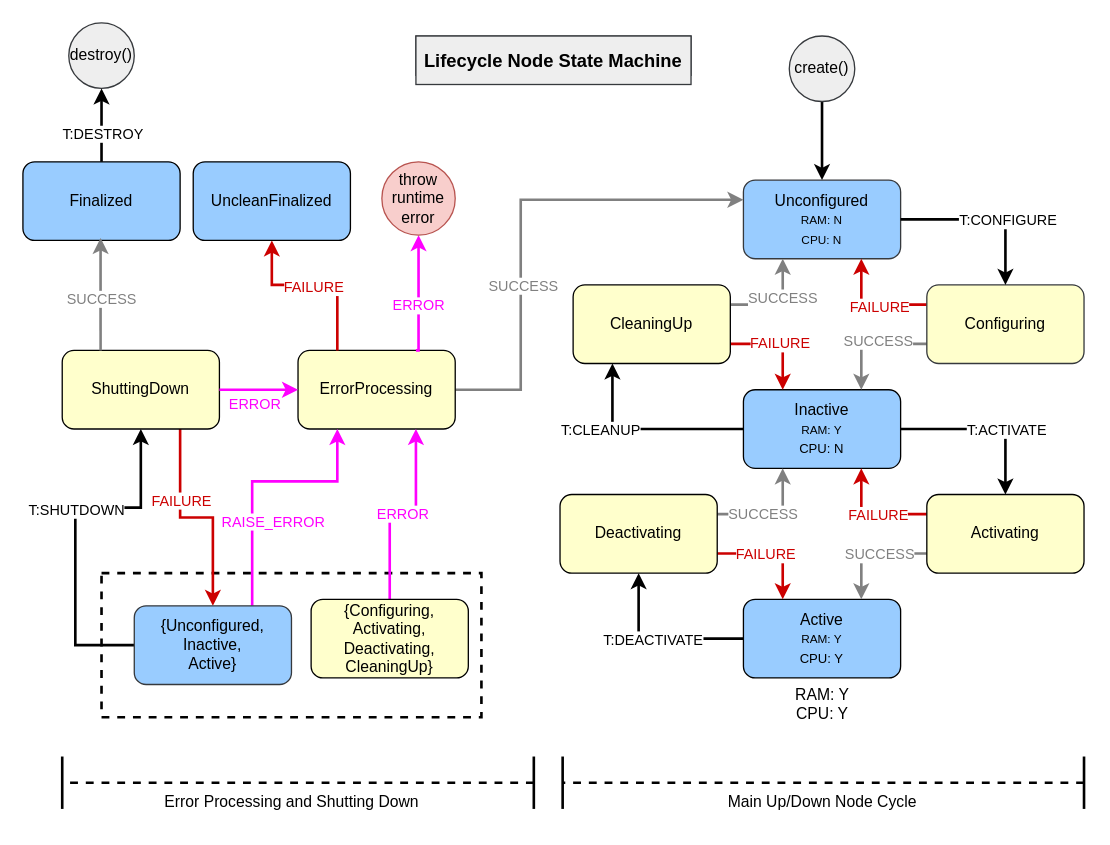
Before: img/node_lifecycle/lifecycle_state_machine.drawio in ros2/design, a draw.io diagram. Source tidied: cells renumbered, new cells numbered last; positions are measured from the earlier drawing's top-left corner, leaving out a move shared by most shapes. Both pictures are drawn from the tidied source at 131%, with x=0, y=0 at pixel (22, 22).
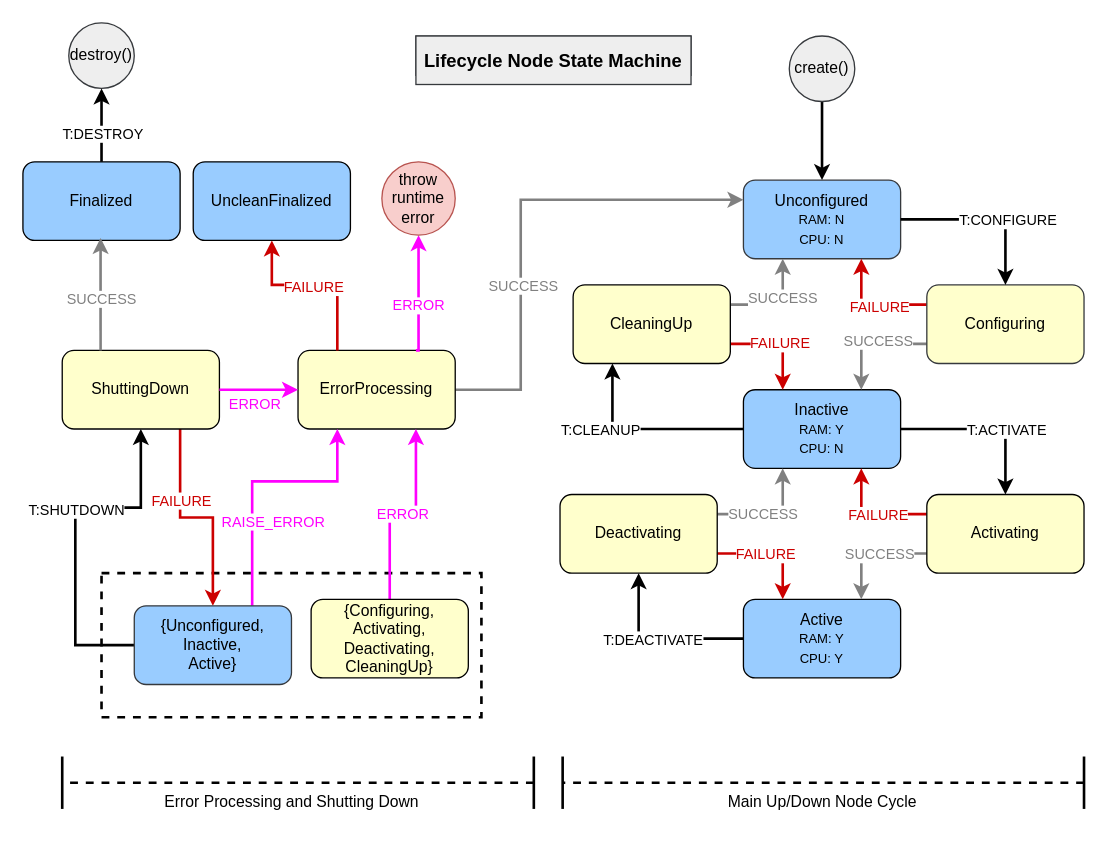
Above is the later version.

Commit message (it also covers changes not shown here):
Cleaned up state diagram image

Change to the diagram source:
```diff
@@
-    <mxCell id="3" value="Active&lt;br&gt;&lt;font style=&quot;border-color: var(--border-color); font-size: 9px;&quot;&gt;RAM: Y&lt;br style=&quot;border-color: var(--border-color);&quot;&gt;&lt;/font&gt;&lt;font style=&quot;font-size: 10px;&quot;&gt;CPU: Y&lt;/font&gt;" style="rounded=1;whiteSpace=wrap;html=1;fillColor=#99CCFF;" parent="1" vertex="1">
+    <mxCell id="3" value="Active&lt;br&gt;&lt;font style=&quot;font-size: 10px;&quot;&gt;&lt;font style=&quot;border-color: var(--border-color); font-size: 10px;&quot;&gt;RAM: Y&lt;br style=&quot;border-color: var(--border-color);&quot;&gt;&lt;/font&gt;&lt;font style=&quot;font-size: 10px;&quot;&gt;CPU: Y&lt;/font&gt;&lt;/font&gt;" style="rounded=1;whiteSpace=wrap;html=1;fillColor=#99CCFF;" parent="1" vertex="1">
       <mxGeometry x="550" y="440" width="120" height="60" as="geometry" />
     </mxCell>
-    <mxCell id="4" value="Inactive&lt;br&gt;&lt;font style=&quot;border-color: var(--border-color); font-size: 9px;&quot;&gt;RAM: Y&lt;br style=&quot;border-color: var(--border-color);&quot;&gt;&lt;/font&gt;&lt;font style=&quot;font-size: 10px;&quot;&gt;CPU: N&lt;/font&gt;" style="rounded=1;whiteSpace=wrap;html=1;fillColor=#99CCFF;" parent="1" vertex="1">
+    <mxCell id="4" value="Inactive&lt;br&gt;&lt;font style=&quot;border-color: var(--border-color); font-size: 10px;&quot;&gt;RAM: Y&lt;br style=&quot;border-color: var(--border-color);&quot;&gt;&lt;/font&gt;&lt;font style=&quot;font-size: 10px;&quot;&gt;CPU: N&lt;/font&gt;" style="rounded=1;whiteSpace=wrap;html=1;fillColor=#99CCFF;" parent="1" vertex="1">
       <mxGeometry x="550" y="280" width="120" height="60" as="geometry" />
     </mxCell>
-    <mxCell id="5" value="Unconfigured&lt;br style=&quot;font-size: 11px;&quot;&gt;&lt;font style=&quot;font-size: 9px;&quot;&gt;&lt;font style=&quot;font-size: 9px;&quot;&gt;RAM: N&lt;br&gt;&lt;/font&gt;CPU: N&lt;/font&gt;" style="rounded=1;whiteSpace=wrap;html=1;fillColor=#99CCFF;strokeColor=#36393d;" parent="1" vertex="1">
+    <mxCell id="5" value="Unconfigured&lt;br style=&quot;font-size: 11px;&quot;&gt;&lt;font style=&quot;font-size: 10px;&quot;&gt;&lt;font style=&quot;font-size: 10px;&quot;&gt;RAM: N&lt;br&gt;&lt;/font&gt;CPU: N&lt;/font&gt;" style="rounded=1;whiteSpace=wrap;html=1;fillColor=#99CCFF;strokeColor=#36393d;" parent="1" vertex="1">
       <mxGeometry x="550" y="120" width="120" height="60" as="geometry" />
     </mxCell>
@@
-    <mxCell id="54" value="RAM: Y&lt;br&gt;CPU: Y" style="text;html=1;align=center;verticalAlign=middle;strokeColor=none;fillColor=none;" parent="1" vertex="1">
-      <mxGeometry x="580" y="500" width="60" height="40" as="geometry" />
-    </mxCell>
```
